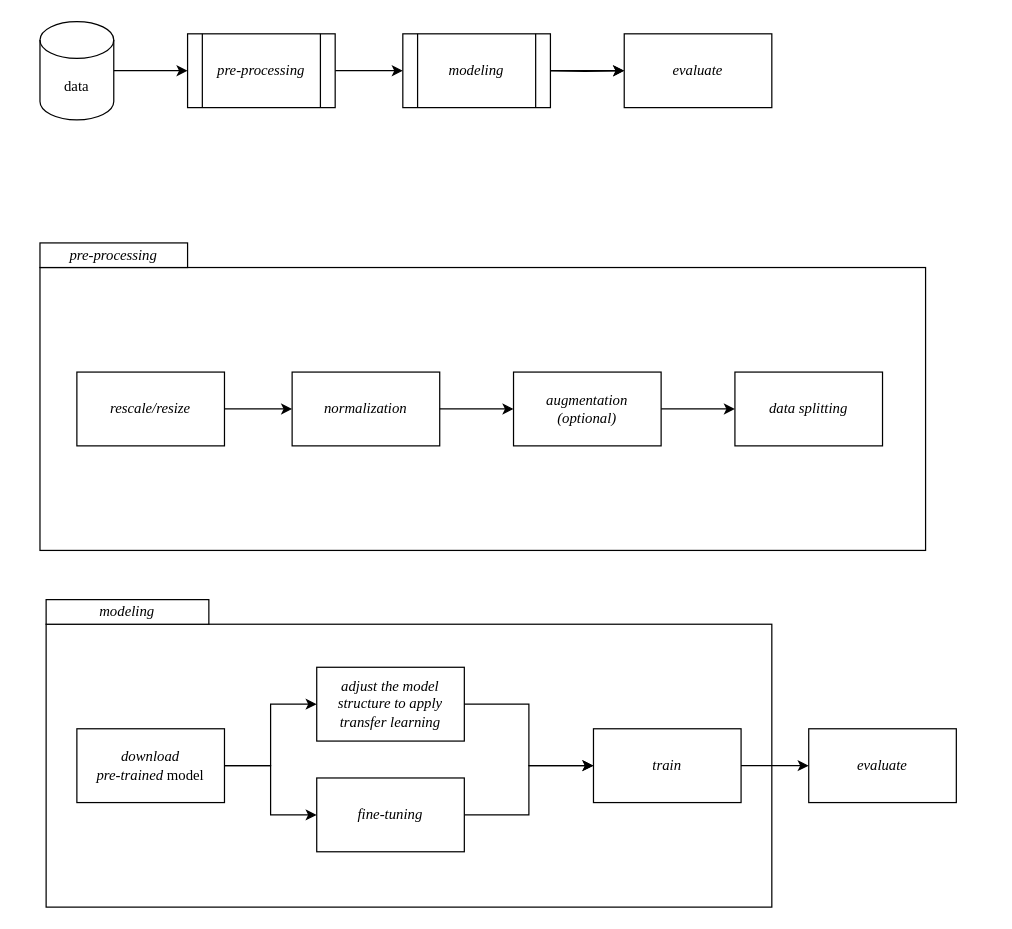
Before: proposal/diagram.drawio in caesariodito/k-thesis, a draw.io diagram. Source tidied: cells renumbered, new cells numbered last; positions are measured from the earlier drawing's top-left corner, leaving out a move shared by most shapes. Both pictures are drawn from the tidied source at 123%, with x=0, y=0 at pixel (39, 21).
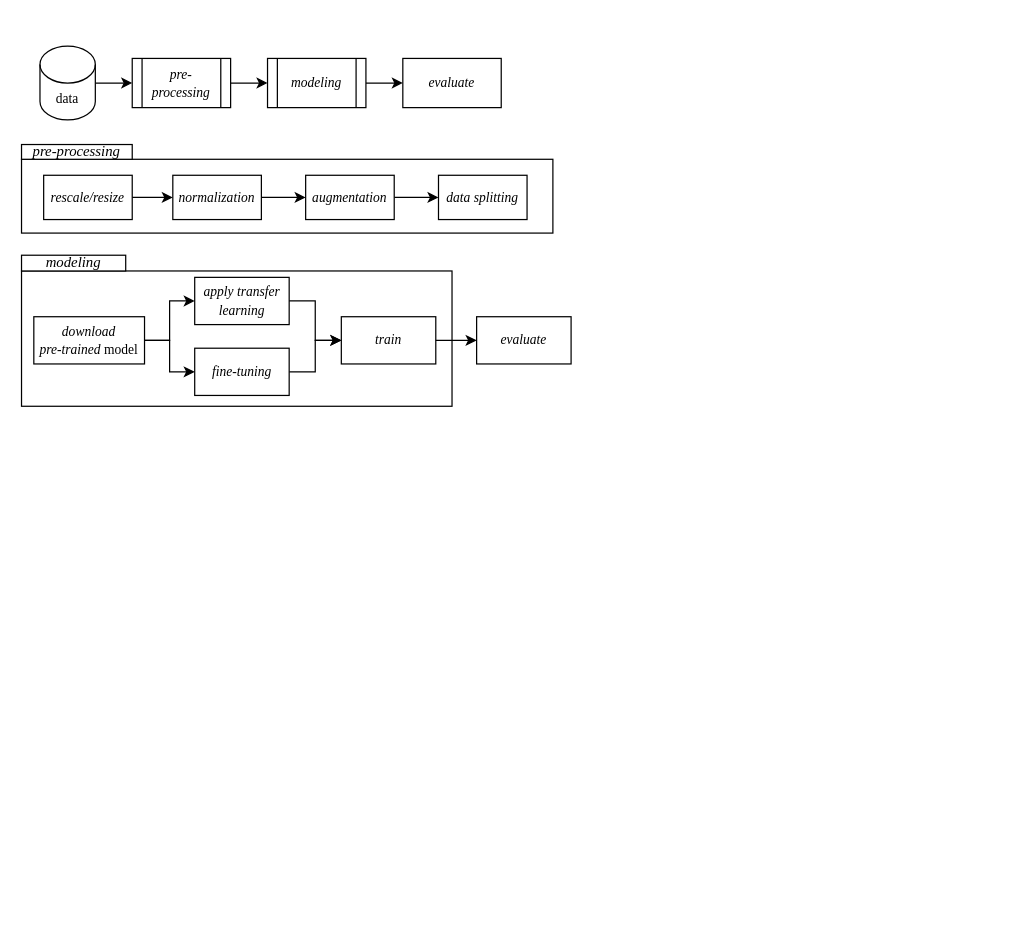
The same diagram, later.

Change to the diagram source:
```diff
@@
-    <mxCell id="3" value="&lt;font face=&quot;Times New Roman&quot;&gt;data&lt;/font&gt;" style="shape=cylinder3;whiteSpace=wrap;html=1;boundedLbl=1;backgroundOutline=1;size=15;" parent="1" vertex="1">
-      <mxGeometry width="60" height="80" as="geometry" />
+    <mxCell id="3" value="&lt;font style=&quot;font-size: 11px;&quot; face=&quot;Times New Roman&quot;&gt;data&lt;/font&gt;" style="shape=cylinder3;whiteSpace=wrap;html=1;boundedLbl=1;backgroundOutline=1;size=15;" parent="1" vertex="1">
+      <mxGeometry y="20" width="45" height="60" as="geometry" />
     </mxCell>
@@
-    <mxCell id="5" value="&lt;i&gt;&lt;font face=&quot;Times New Roman&quot;&gt;pre-processing&lt;/font&gt;&lt;/i&gt;" style="shape=process;whiteSpace=wrap;html=1;backgroundOutline=1;" parent="1" vertex="1">
-      <mxGeometry x="120" y="10" width="120" height="60" as="geometry" />
+    <mxCell id="5" value="&lt;i&gt;&lt;font style=&quot;font-size: 11px;&quot; face=&quot;Times New Roman&quot;&gt;pre-processing&lt;/font&gt;&lt;/i&gt;" style="shape=process;whiteSpace=wrap;html=1;backgroundOutline=1;" parent="1" vertex="1">
+      <mxGeometry x="75" y="30" width="80" height="40" as="geometry" />
     </mxCell>
-    <mxCell id="6" style="edgeStyle=orthogonalEdgeStyle;rounded=0;jettySize=auto;html=1;exitX=1;exitY=0.5;exitDx=0;exitDy=0;" parent="1" edge="1" target="7">
-      <mxGeometry relative="1" as="geometry">
-        <mxPoint x="410" y="40" as="sourcePoint" />
-      </mxGeometry>
-    </mxCell>
-    <mxCell id="7" value="&lt;i&gt;&lt;font face=&quot;Times New Roman&quot;&gt;evaluate&lt;/font&gt;&lt;/i&gt;" style="rounded=0;whiteSpace=wrap;html=1;" parent="1" vertex="1">
-      <mxGeometry x="475" y="10" width="120" height="60" as="geometry" />
+    <mxCell id="7" value="&lt;i&gt;&lt;font style=&quot;font-size: 11px;&quot; face=&quot;Times New Roman&quot;&gt;evaluate&lt;/font&gt;&lt;/i&gt;" style="rounded=0;whiteSpace=wrap;html=1;" parent="1" vertex="1">
+      <mxGeometry x="295" y="30" width="80" height="40" as="geometry" />
     </mxCell>
     <mxCell id="8" style="group;" parent="1" vertex="1">
-      <mxGeometry y="180" width="720" height="250" as="geometry" />
+      <mxGeometry x="-15" y="100" width="432" height="150" as="geometry" />
     </mxCell>
     <mxCell id="9" style="rounded=0;whiteSpace=wrap;html=1;" parent="8" vertex="1">
-      <mxGeometry y="20" width="720" height="230" as="geometry" />
+      <mxGeometry y="12" width="432" height="60" as="geometry" />
     </mxCell>
-    <mxCell id="10" value="&lt;i&gt;&lt;font face=&quot;Times New Roman&quot;&gt;rescale/resize&lt;/font&gt;&lt;/i&gt;" style="rounded=0;whiteSpace=wrap;html=1;" parent="8" vertex="1">
-      <mxGeometry x="30" y="105" width="120" height="60" as="geometry" />
+    <mxCell id="10" value="&lt;i&gt;&lt;font style=&quot;font-size: 11px;&quot; face=&quot;Times New Roman&quot;&gt;rescale/resize&lt;/font&gt;&lt;/i&gt;" style="rounded=0;whiteSpace=wrap;html=1;" parent="8" vertex="1">
+      <mxGeometry x="18" y="25" width="72" height="36" as="geometry" />
     </mxCell>
-    <mxCell id="11" value="&lt;i&gt;&lt;font face=&quot;Times New Roman&quot;&gt;normalization&lt;/font&gt;&lt;/i&gt;" style="rounded=0;whiteSpace=wrap;html=1;" parent="8" vertex="1">
-      <mxGeometry x="205" y="105" width="120" height="60" as="geometry" />
+    <mxCell id="11" value="&lt;i&gt;&lt;font style=&quot;font-size: 11px;&quot; face=&quot;Times New Roman&quot;&gt;normalization&lt;/font&gt;&lt;/i&gt;" style="rounded=0;whiteSpace=wrap;html=1;" parent="8" vertex="1">
+      <mxGeometry x="123" y="25" width="72" height="36" as="geometry" />
     </mxCell>
@@
-    <mxCell id="14" value="&lt;i&gt;&lt;font face=&quot;Times New Roman&quot;&gt;augmentation&lt;br&gt;(optional)&lt;/font&gt;&lt;/i&gt;" style="rounded=0;whiteSpace=wrap;html=1;" parent="8" vertex="1">
-      <mxGeometry x="385" y="105" width="120" height="60" as="geometry" />
+    <mxCell id="14" value="&lt;i&gt;&lt;font style=&quot;font-size: 11px;&quot; face=&quot;Times New Roman&quot;&gt;augmentation&lt;br&gt;&lt;/font&gt;&lt;/i&gt;" style="rounded=0;whiteSpace=wrap;html=1;" parent="8" vertex="1">
+      <mxGeometry x="231" y="25" width="72" height="36" as="geometry" />
     </mxCell>
@@
     <mxCell id="16" value="&lt;font face=&quot;Times New Roman&quot;&gt;&lt;i&gt;pre-processing&lt;/i&gt;&lt;/font&gt;" style="rounded=0;whiteSpace=wrap;html=1;" parent="8" vertex="1">
-      <mxGeometry width="120" height="20" as="geometry" />
+      <mxGeometry width="90" height="12" as="geometry" />
     </mxCell>
-    <mxCell id="17" value="&lt;font face=&quot;Times New Roman&quot;&gt;&lt;i&gt;data splitting&lt;/i&gt;&lt;/font&gt;" style="rounded=0;whiteSpace=wrap;html=1;" parent="8" vertex="1">
-      <mxGeometry x="565" y="105" width="120" height="60" as="geometry" />
+    <mxCell id="17" value="&lt;font style=&quot;font-size: 11px;&quot; face=&quot;Times New Roman&quot;&gt;&lt;i&gt;data splitting&lt;/i&gt;&lt;/font&gt;" style="rounded=0;whiteSpace=wrap;html=1;" parent="8" vertex="1">
+      <mxGeometry x="339" y="25" width="72" height="36" as="geometry" />
     </mxCell>
@@
-    <mxCell id="19" value="&lt;font face=&quot;Times New Roman&quot;&gt;&lt;i&gt;modeling&lt;/i&gt;&lt;/font&gt;" style="shape=process;whiteSpace=wrap;html=1;backgroundOutline=1;" parent="1" vertex="1">
-      <mxGeometry x="295" y="10" width="120" height="60" as="geometry" />
+    <mxCell id="19" value="&lt;font style=&quot;font-size: 11px;&quot; face=&quot;Times New Roman&quot;&gt;&lt;i&gt;modeling&lt;/i&gt;&lt;/font&gt;" style="shape=process;whiteSpace=wrap;html=1;backgroundOutline=1;" parent="1" vertex="1">
+      <mxGeometry x="185" y="30" width="80" height="40" as="geometry" />
     </mxCell>
-    <mxCell id="20" style="group;" parent="1" vertex="1">
-      <mxGeometry x="5" y="470" width="768" height="250" as="geometry" />
-    </mxCell>
-    <mxCell id="21" style="rounded=0;whiteSpace=wrap;html=1;" parent="20" vertex="1">
-      <mxGeometry y="20" width="590" height="230" as="geometry" />
-    </mxCell>
-    <mxCell id="22" style="edgeStyle=orthogonalEdgeStyle;rounded=0;orthogonalLoop=1;jettySize=auto;html=1;" parent="20" edge="1">
+    <mxCell id="22" style="edgeStyle=orthogonalEdgeStyle;rounded=0;orthogonalLoop=1;jettySize=auto;html=1;" parent="1" edge="1">
       <mxGeometry relative="1" as="geometry">
-        <mxPoint x="226.1" y="135" as="targetPoint" />
+        <mxPoint x="129.7" y="376.4" as="targetPoint" />
       </mxGeometry>
     </mxCell>
-    <mxCell id="23" style="edgeStyle=orthogonalEdgeStyle;rounded=0;orthogonalLoop=1;jettySize=auto;html=1;" parent="20" edge="1">
+    <mxCell id="23" style="edgeStyle=orthogonalEdgeStyle;rounded=0;orthogonalLoop=1;jettySize=auto;html=1;" parent="1" edge="1">
       <mxGeometry relative="1" as="geometry">
-        <mxPoint x="424.6" y="135" as="targetPoint" />
+        <mxPoint x="256.7" y="376.4" as="targetPoint" />
       </mxGeometry>
     </mxCell>
+    <mxCell id="35" style="group;" parent="1" vertex="1">
+      <mxGeometry x="-15" y="190" width="446.8" height="122.8" as="geometry" />
+    </mxCell>
+    <mxCell id="21" style="rounded=0;whiteSpace=wrap;html=1;" parent="35" vertex="1">
+      <mxGeometry y="12.8" width="350" height="110" as="geometry" />
+    </mxCell>
-    <mxCell id="24" value="&lt;font face=&quot;Times New Roman&quot;&gt;&lt;i&gt;modeling&lt;/i&gt;&lt;/font&gt;" style="rounded=0;whiteSpace=wrap;html=1;" parent="20" vertex="1">
-      <mxGeometry width="132.3" height="20" as="geometry" />
+    <mxCell id="24" value="&lt;font face=&quot;Times New Roman&quot;&gt;&lt;i&gt;modeling&lt;/i&gt;&lt;/font&gt;" style="rounded=0;whiteSpace=wrap;html=1;" parent="35" vertex="1">
+      <mxGeometry width="84.7" height="12.8" as="geometry" />
     </mxCell>
-    <mxCell id="25" value="&lt;font face=&quot;Times New Roman&quot;&gt;&lt;i&gt;download&lt;/i&gt;&lt;br&gt;&lt;i&gt;pre-trained&lt;/i&gt;&amp;nbsp;model&lt;/font&gt;" style="rounded=0;whiteSpace=wrap;html=1;" parent="20" vertex="1">
-      <mxGeometry x="25" y="105" width="120" height="60" as="geometry" />
+    <mxCell id="25" value="&lt;font style=&quot;font-size: 11px;&quot; face=&quot;Times New Roman&quot;&gt;&lt;i&gt;download&lt;/i&gt;&lt;br&gt;&lt;i&gt;pre-trained&lt;/i&gt;&amp;nbsp;model&lt;/font&gt;" style="rounded=0;whiteSpace=wrap;html=1;" parent="35" vertex="1">
+      <mxGeometry x="10" y="50" width="90" height="38.4" as="geometry" />
     </mxCell>
-    <mxCell id="26" value="&lt;font face=&quot;Times New Roman&quot;&gt;&lt;i&gt;adjust the model structure to apply transfer learning&lt;/i&gt;&lt;/font&gt;" style="rounded=0;whiteSpace=wrap;html=1;" parent="20" vertex="1">
-      <mxGeometry x="220" y="55" width="120" height="60" as="geometry" />
+    <mxCell id="26" value="&lt;font style=&quot;font-size: 11px;&quot; face=&quot;Times New Roman&quot;&gt;&lt;i&gt;apply transfer learning&lt;/i&gt;&lt;/font&gt;" style="rounded=0;whiteSpace=wrap;html=1;" parent="35" vertex="1">
+      <mxGeometry x="140.8" y="18" width="76.8" height="38.4" as="geometry" />
     </mxCell>
-    <mxCell id="27" value="&lt;font face=&quot;Times New Roman&quot;&gt;&lt;i&gt;train&lt;/i&gt;&lt;/font&gt;" style="rounded=0;whiteSpace=wrap;html=1;" parent="20" vertex="1">
-      <mxGeometry x="445" y="105" width="120" height="60" as="geometry" />
+    <mxCell id="27" value="&lt;font style=&quot;font-size: 11px;&quot; face=&quot;Times New Roman&quot;&gt;&lt;i&gt;train&lt;/i&gt;&lt;/font&gt;" style="rounded=0;whiteSpace=wrap;html=1;" parent="35" vertex="1">
+      <mxGeometry x="260" y="50" width="76.8" height="38.4" as="geometry" />
     </mxCell>
-    <mxCell id="28" style="edgeStyle=orthogonalEdgeStyle;rounded=0;jettySize=auto;html=1;" parent="20" edge="1" source="25" target="26">
+    <mxCell id="28" style="edgeStyle=orthogonalEdgeStyle;rounded=0;jettySize=auto;html=1;" parent="35" edge="1" source="25" target="26">
       <mxGeometry relative="1" as="geometry" />
     </mxCell>
-    <mxCell id="29" style="edgeStyle=orthogonalEdgeStyle;rounded=0;jettySize=auto;html=1;" parent="20" edge="1" source="26" target="27">
+    <mxCell id="29" style="edgeStyle=orthogonalEdgeStyle;rounded=0;jettySize=auto;html=1;" parent="35" edge="1" source="26" target="27">
       <mxGeometry relative="1" as="geometry" />
     </mxCell>
-    <mxCell id="30" value="&lt;font face=&quot;Times New Roman&quot;&gt;&lt;i&gt;evaluate&lt;/i&gt;&lt;/font&gt;" style="rounded=0;whiteSpace=wrap;html=1;" parent="20" vertex="1">
-      <mxGeometry x="620" y="105" width="120" height="60" as="geometry" />
+    <mxCell id="30" value="&lt;font style=&quot;font-size: 11px;&quot; face=&quot;Times New Roman&quot;&gt;&lt;i&gt;evaluate&lt;/i&gt;&lt;/font&gt;" style="rounded=0;whiteSpace=wrap;html=1;" parent="35" vertex="1">
+      <mxGeometry x="370" y="50" width="76.8" height="38.4" as="geometry" />
     </mxCell>
-    <mxCell id="31" style="edgeStyle=orthogonalEdgeStyle;rounded=0;jettySize=auto;html=1;entryX=0;entryY=0.5;entryDx=0;entryDy=0;" parent="20" edge="1" source="27" target="30">
+    <mxCell id="31" style="edgeStyle=orthogonalEdgeStyle;rounded=0;jettySize=auto;html=1;entryX=0;entryY=0.5;entryDx=0;entryDy=0;" parent="35" edge="1" source="27" target="30">
       <mxGeometry relative="1" as="geometry" />
     </mxCell>
-    <mxCell id="32" style="edgeStyle=orthogonalEdgeStyle;rounded=0;jettySize=auto;html=1;entryX=0;entryY=0.5;entryDx=0;entryDy=0;" parent="20" edge="1" source="33" target="27">
+    <mxCell id="32" style="edgeStyle=orthogonalEdgeStyle;rounded=0;jettySize=auto;html=1;entryX=0;entryY=0.5;entryDx=0;entryDy=0;" parent="35" edge="1" source="33" target="27">
       <mxGeometry relative="1" as="geometry" />
     </mxCell>
-    <mxCell id="33" value="&lt;font face=&quot;Times New Roman&quot;&gt;&lt;i&gt;fine-tuning&lt;/i&gt;&lt;/font&gt;" style="rounded=0;whiteSpace=wrap;html=1;" parent="20" vertex="1">
-      <mxGeometry x="220" y="145" width="120" height="60" as="geometry" />
+    <mxCell id="33" value="&lt;font style=&quot;font-size: 11px;&quot; face=&quot;Times New Roman&quot;&gt;&lt;i&gt;fine-tuning&lt;/i&gt;&lt;/font&gt;" style="rounded=0;whiteSpace=wrap;html=1;" parent="35" vertex="1">
+      <mxGeometry x="140.8" y="75.6" width="76.8" height="38.4" as="geometry" />
     </mxCell>
-    <mxCell id="34" style="edgeStyle=orthogonalEdgeStyle;rounded=0;jettySize=auto;html=1;entryX=0;entryY=0.5;entryDx=0;entryDy=0;" parent="20" edge="1" source="25" target="33">
+    <mxCell id="34" style="edgeStyle=orthogonalEdgeStyle;rounded=0;jettySize=auto;html=1;entryX=0;entryY=0.5;entryDx=0;entryDy=0;" parent="35" edge="1" source="25" target="33">
       <mxGeometry relative="1" as="geometry" />
     </mxCell>
```
